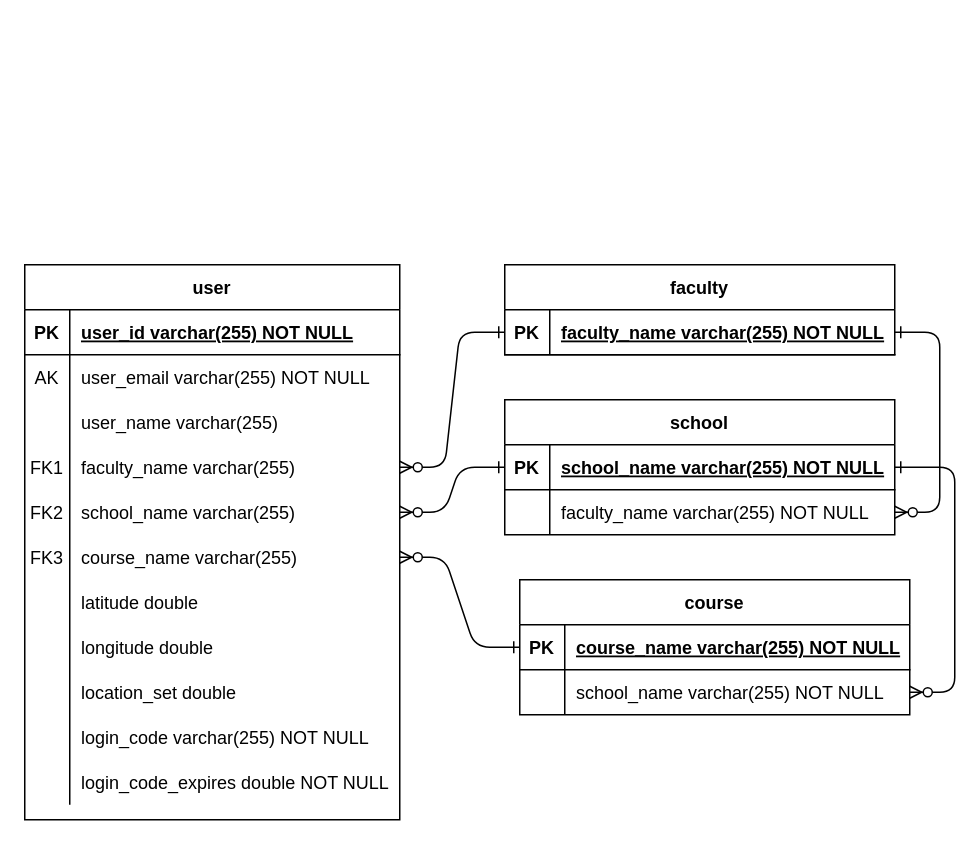
The draw.io diagram page "Page-1" (1 of 2) of Graduation-Gathering/aws/ERD.drawio in AdamMurray22/Graduation-Gathering, before the edit. Source tidied: cells renumbered, new cells numbered last; positions are measured from the earlier drawing's top-left corner, leaving out a move shared by most shapes. Both pictures are drawn from the tidied source at 150%, with x=0, y=0 at pixel (24, 264).
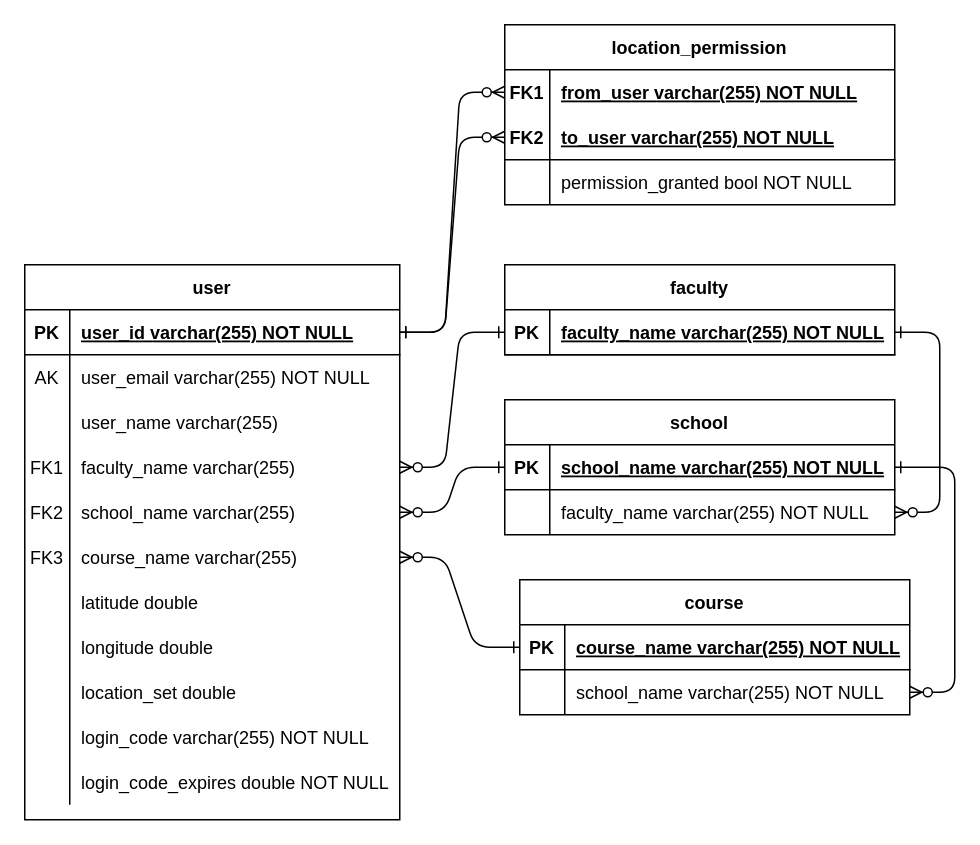
The same diagram, later.

Commit message (it also covers changes not shown here):
Location sharing now requires permission

The change refers to these unchanged cells:
```xml
<mxCell id="5" value="user_id varchar(255) NOT NULL " style="shape=partialRectangle;overflow=hidden;fillColor=none;top=0;left=0;bottom=0;right=0;align=left;spacingLeft=6;fontStyle=5;" parent="3" vertex="1">
  <mxGeometry x="30" width="220" height="30" as="geometry" />
</mxCell>
```

Change to the diagram source:
```diff
@@
+    <mxCell id="62" style="edgeStyle=entityRelationEdgeStyle;endArrow=ERzeroToMany;startArrow=ERone;endFill=1;startFill=0;" parent="1" edge="1" source="5" target="66">
+      <mxGeometry relative="1" as="geometry" />
+    </mxCell>
+    <mxCell id="63" style="edgeStyle=entityRelationEdgeStyle;endArrow=ERzeroToMany;startArrow=ERone;endFill=1;startFill=0;" parent="1" edge="1" source="5" target="69">
+      <mxGeometry relative="1" as="geometry" />
+    </mxCell>
+    <mxCell id="64" style="group;" parent="1" vertex="1">
+      <mxGeometry x="320" y="-160" width="260" height="120" as="geometry" />
+    </mxCell>
+    <mxCell id="65" value="location_permission" style="shape=table;startSize=30;childLayout=tableLayout;rowLines=0;fontStyle=1;align=center;" parent="64" vertex="1">
+      <mxGeometry width="260" height="120" as="geometry" />
+    </mxCell>
+    <mxCell id="66" style="shape=partialRectangle;fillColor=none;points=[[0,0.5],[1,0.5]];portConstraint=eastwest;top=0;left=0;right=0;bottom=0;" parent="65" vertex="1">
+      <mxGeometry y="30" width="260" height="30" as="geometry" />
+    </mxCell>
+    <mxCell id="67" style="shape=partialRectangle;overflow=hidden;fillColor=none;top=0;left=0;bottom=0;right=0;" parent="66" vertex="1">
+      <mxGeometry width="30" height="30" as="geometry" />
+    </mxCell>
+    <mxCell id="68" value="from_user varchar(255) NOT NULL " style="shape=partialRectangle;overflow=hidden;fillColor=none;top=0;left=0;bottom=0;right=0;align=left;spacingLeft=6;strokeColor=default;verticalAlign=middle;fontFamily=Helvetica;fontSize=12;fontColor=default;fontStyle=5;" parent="66" vertex="1">
+      <mxGeometry x="30" width="230" height="30" as="geometry" />
+    </mxCell>
+    <mxCell id="69" style="shape=partialRectangle;fillColor=none;points=[[0,0.5],[1,0.5]];portConstraint=eastwest;top=0;left=0;right=0;bottom=1;" parent="65" vertex="1">
+      <mxGeometry y="60" width="260" height="30" as="geometry" />
+    </mxCell>
+    <mxCell id="70" value="FK2" style="shape=partialRectangle;overflow=hidden;fillColor=none;top=0;left=0;bottom=0;right=0;fontStyle=1;" parent="69" vertex="1">
+      <mxGeometry width="30" height="30" as="geometry" />
+    </mxCell>
+    <mxCell id="71" value="to_user varchar(255) NOT NULL " style="shape=partialRectangle;overflow=hidden;fillColor=none;top=0;left=0;bottom=0;right=0;align=left;spacingLeft=6;fontStyle=5;" parent="69" vertex="1">
+      <mxGeometry x="30" width="230" height="30" as="geometry" />
+    </mxCell>
+    <mxCell id="72" style="shape=partialRectangle;fillColor=none;top=0;left=0;right=0;bottom=0;" parent="65" vertex="1">
+      <mxGeometry y="90" width="260" height="30" as="geometry" />
+    </mxCell>
+    <mxCell id="73" style="shape=partialRectangle;overflow=hidden;fillColor=none;top=0;left=0;bottom=0;right=0;" parent="72" vertex="1">
+      <mxGeometry width="30" height="30" as="geometry" />
+    </mxCell>
+    <mxCell id="74" value="permission_granted bool NOT NULL" style="shape=partialRectangle;overflow=hidden;fillColor=none;top=0;left=0;bottom=0;right=0;align=left;spacingLeft=6;" parent="72" vertex="1">
+      <mxGeometry x="30" width="230" height="30" as="geometry" />
+    </mxCell>
+    <mxCell id="75" value="FK1" style="shape=partialRectangle;overflow=hidden;fillColor=none;top=0;left=0;bottom=0;right=0;fontStyle=1;" parent="64" vertex="1">
+      <mxGeometry y="30" width="30" height="30" as="geometry" />
+    </mxCell>
```
